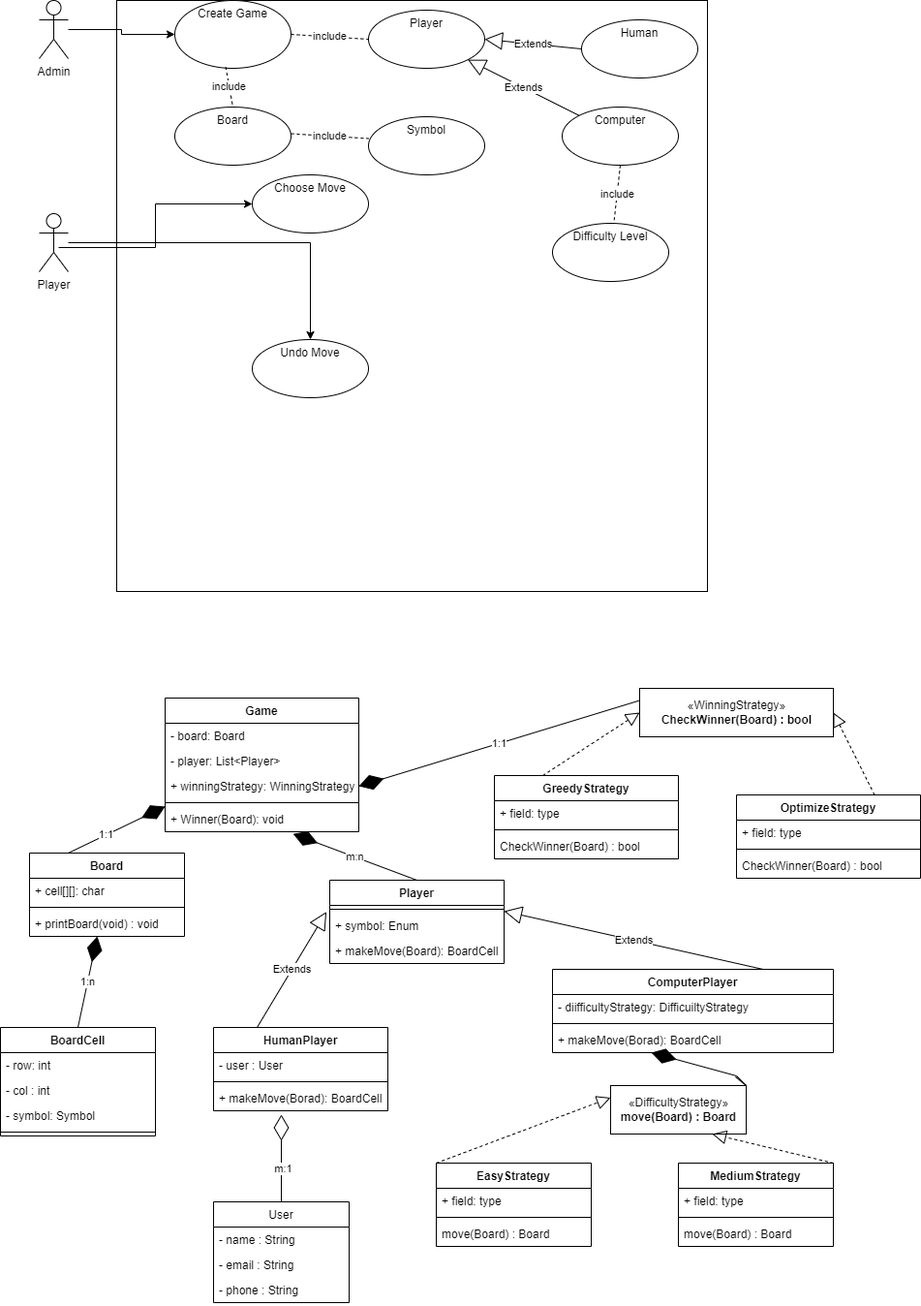
The draw.io diagram UML_Diagram_Tic_Tac_Toe.drawio.png in aktomer06/Draw.io, before a commit. Source tidied: cells renumbered, new cells last; positions are measured from the earlier drawing's top-left corner, leaving out a move shared by most shapes.
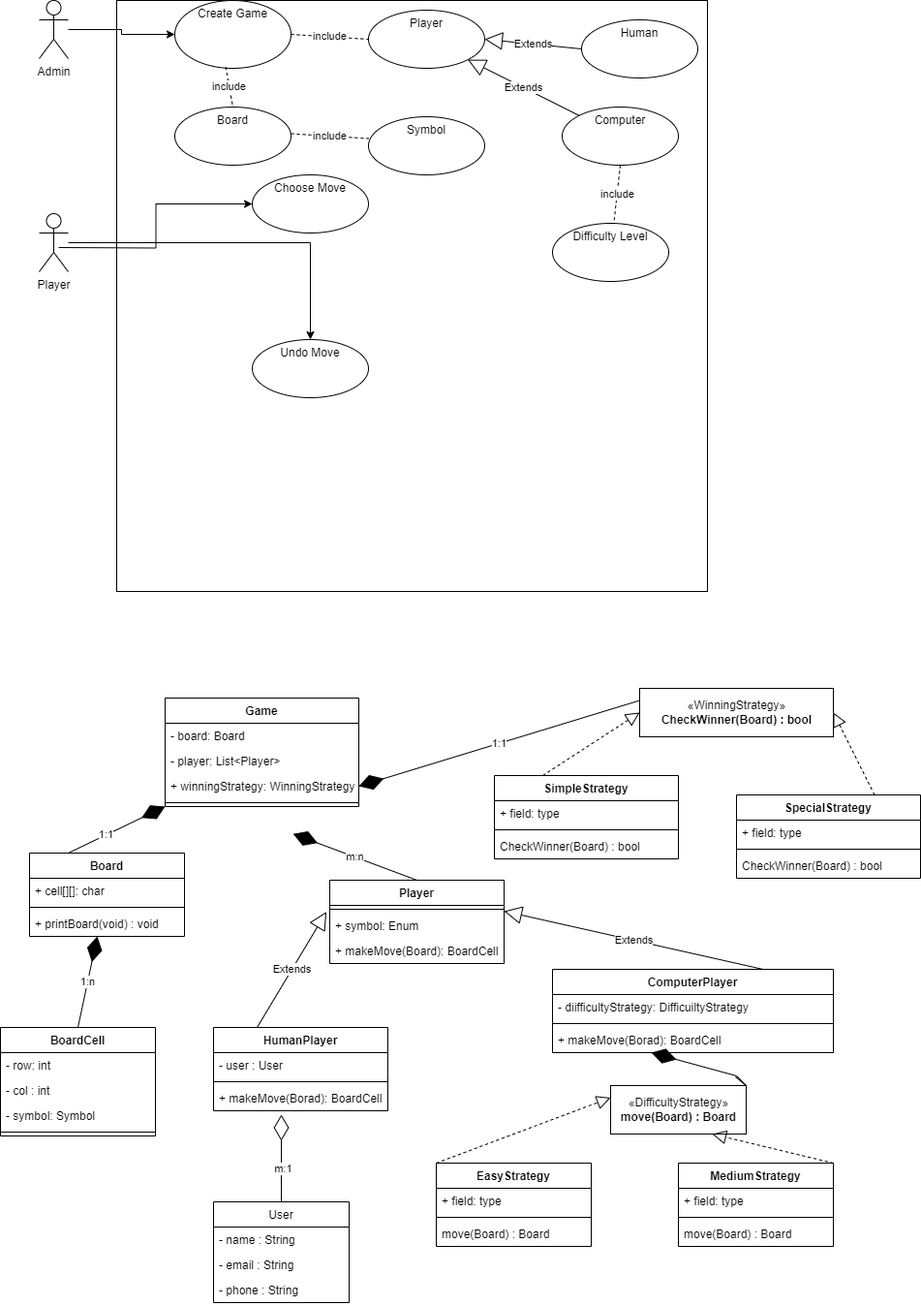
Above is the later version.

What changed in the source:
```diff
@@ -71,7 +71,7 @@
       <mxGeometry x="260" y="350" width="120" height="60" as="geometry" />
     </mxCell>
     <mxCell id="23" value="Game" style="swimlane;fontStyle=1;align=center;verticalAlign=top;horizontal=1;startSize=26;" parent="1" vertex="1">
-      <mxGeometry x="170" y="720" width="200" height="138" as="geometry" />
+      <mxGeometry x="170" y="720" width="200" height="112" as="geometry" />
     </mxCell>
     <mxCell id="24" value="- board: Board" style="text;strokeColor=none;fillColor=none;align=left;verticalAlign=top;spacingLeft=4;spacingRight=4;overflow=hidden;" parent="23" vertex="1">
       <mxGeometry y="26" width="200" height="26" as="geometry" />
@@ -85,9 +85,6 @@
     <mxCell id="27" style="line;strokeWidth=1;fillColor=none;align=left;verticalAlign=middle;spacingTop=-1;spacingLeft=3;spacingRight=3;labelPosition=right;" parent="23" vertex="1">
       <mxGeometry y="104" width="200" height="8" as="geometry" />
     </mxCell>
-    <mxCell id="28" value="+ Winner(Board): void" style="text;strokeColor=none;fillColor=none;align=left;verticalAlign=top;spacingLeft=4;spacingRight=4;overflow=hidden;points=[[0,0.5],[1,0.5]];portConstraint=eastwest;" parent="23" vertex="1">
-      <mxGeometry y="112" width="200" height="26" as="geometry" />
-    </mxCell>
     <mxCell id="29" value="Board" style="swimlane;fontStyle=1;align=center;verticalAlign=top;horizontal=1;startSize=26;" parent="1" vertex="1">
       <mxGeometry x="30" y="880" width="160" height="86" as="geometry" />
     </mxCell>
@@ -117,8 +114,10 @@
     <mxCell id="37" value="+ makeMove(Board): BoardCell" style="text;strokeColor=none;fillColor=none;align=left;verticalAlign=top;spacingLeft=4;spacingRight=4;overflow=hidden;" parent="34" vertex="1">
       <mxGeometry y="60" width="180" height="26" as="geometry" />
     </mxCell>
-    <mxCell id="38" value="m:n" style="endArrow=diamondThin;endFill=1;endSize=24;html=1;rounded=0;entryX=0.661;entryY=1.085;entryDx=0;entryDy=0;entryPerimeter=0;exitX=0.5;exitY=0;exitDx=0;exitDy=0;" parent="1" edge="1" source="34" target="28">
-      <mxGeometry relative="1" as="geometry" />
+    <mxCell id="38" value="m:n" style="endArrow=diamondThin;endFill=1;endSize=24;html=1;rounded=0;entryX=0.661;entryY=1.085;entryDx=0;entryDy=0;entryPerimeter=0;exitX=0.5;exitY=0;exitDx=0;exitDy=0;" parent="1" edge="1" source="34">
+      <mxGeometry relative="1" as="geometry">
+        <mxPoint x="302.2" y="860.2" as="targetPoint" />
+      </mxGeometry>
     </mxCell>
     <mxCell id="39" style="endArrow=diamondThin;endFill=1;endSize=24;html=1;rounded=0;entryX=0.661;entryY=1.085;entryDx=0;entryDy=0;entryPerimeter=0;exitX=0.25;exitY=0;exitDx=0;exitDy=0;" parent="1" edge="1" source="29">
       <mxGeometry relative="1" as="geometry">
@@ -167,7 +166,7 @@
     <mxCell id="51" value="«WinningStrategy»&lt;br&gt;&lt;b&gt;CheckWinner(Board) : bool&lt;/b&gt;" style="html=1;" parent="1" vertex="1">
       <mxGeometry x="660" y="710" width="200" height="50" as="geometry" />
     </mxCell>
-    <mxCell id="52" value="GreedyStrategy" style="swimlane;fontStyle=1;align=center;verticalAlign=top;horizontal=1;startSize=26;" parent="1" vertex="1">
+    <mxCell id="52" value="SimpleStrategy" style="swimlane;fontStyle=1;align=center;verticalAlign=top;horizontal=1;startSize=26;" parent="1" vertex="1">
       <mxGeometry x="510" y="800" width="190" height="86" as="geometry" />
     </mxCell>
     <mxCell id="53" value="+ field: type" style="text;strokeColor=none;fillColor=none;align=left;verticalAlign=top;spacingLeft=4;spacingRight=4;overflow=hidden;" parent="52" vertex="1">
@@ -179,7 +178,7 @@
     <mxCell id="55" value="CheckWinner(Board) : bool" style="text;strokeColor=none;fillColor=none;align=left;verticalAlign=top;spacingLeft=4;spacingRight=4;overflow=hidden;" parent="52" vertex="1">
       <mxGeometry y="60" width="190" height="26" as="geometry" />
     </mxCell>
-    <mxCell id="56" value="OptimizeStrategy" style="swimlane;fontStyle=1;align=center;verticalAlign=top;horizontal=1;startSize=26;" parent="1" vertex="1">
+    <mxCell id="56" value="SpecialStrategy" style="swimlane;fontStyle=1;align=center;verticalAlign=top;horizontal=1;startSize=26;" parent="1" vertex="1">
       <mxGeometry x="760" y="820" width="190" height="86" as="geometry" />
     </mxCell>
     <mxCell id="57" value="+ field: type" style="text;strokeColor=none;fillColor=none;align=left;verticalAlign=top;spacingLeft=4;spacingRight=4;overflow=hidden;" parent="56" vertex="1">
```
